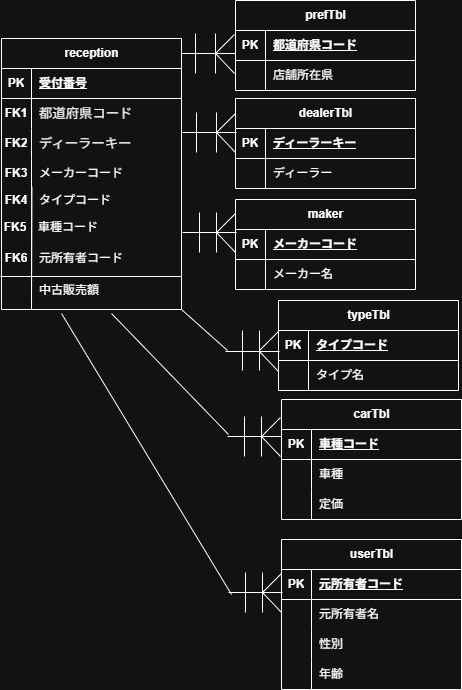
Earlier version of the draw.io export 理解度チェック＿正規化.drawio.png (tanakasaki1114/sql_drill). Source tidied: cells renumbered, new cells last; positions are measured from the earlier drawing's top-left corner, leaving out a move shared by most shapes.
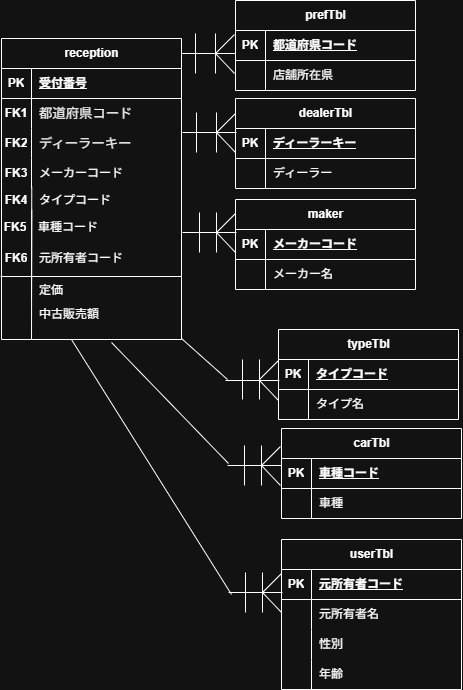
The same diagram one commit later.

Commit message:
修正致しました。

What changed in the source:
```diff
@@ -102,7 +102,7 @@
       </mxGeometry>
     </mxCell>
     <mxCell id="20" style="group;rotation=-90;" parent="1" vertex="1">
-      <mxGeometry x="234" y="409" width="40" height="54" as="geometry" />
+      <mxGeometry x="234" y="438" width="40" height="54" as="geometry" />
     </mxCell>
     <mxCell id="21" style="endArrow=none;html=1;rounded=0;entryX=0.059;entryY=1.069;entryDx=0;entryDy=0;entryPerimeter=0;exitX=0.438;exitY=0;exitDx=0;exitDy=0;exitPerimeter=0;" parent="20" edge="1">
       <mxGeometry relative="1" as="geometry">
@@ -135,7 +135,7 @@
       </mxGeometry>
     </mxCell>
     <mxCell id="26" style="group;rotation=-90;" parent="1" vertex="1">
-      <mxGeometry x="232" y="323" width="40" height="54" as="geometry" />
+      <mxGeometry x="232" y="352" width="40" height="54" as="geometry" />
     </mxCell>
     <mxCell id="27" style="endArrow=none;html=1;rounded=0;entryX=0.059;entryY=1.069;entryDx=0;entryDy=0;entryPerimeter=0;exitX=0.438;exitY=0;exitDx=0;exitDy=0;exitPerimeter=0;" parent="26" edge="1">
       <mxGeometry relative="1" as="geometry">
@@ -202,24 +202,24 @@
     </mxCell>
     <mxCell id="38" style="endArrow=none;html=1;rounded=0;" parent="1" edge="1">
       <mxGeometry relative="1" as="geometry">
-        <mxPoint x="181" y="309" as="sourcePoint" />
-        <mxPoint x="227" y="350" as="targetPoint" />
+        <mxPoint x="181" y="338" as="sourcePoint" />
+        <mxPoint x="227" y="379" as="targetPoint" />
       </mxGeometry>
     </mxCell>
     <mxCell id="39" style="endArrow=none;html=1;rounded=0;" parent="1" edge="1">
       <mxGeometry relative="1" as="geometry">
-        <mxPoint x="111" y="313" as="sourcePoint" />
-        <mxPoint x="228" y="434" as="targetPoint" />
+        <mxPoint x="111" y="342" as="sourcePoint" />
+        <mxPoint x="228" y="463" as="targetPoint" />
       </mxGeometry>
     </mxCell>
     <mxCell id="40" style="endArrow=none;html=1;rounded=0;" parent="1" edge="1">
       <mxGeometry relative="1" as="geometry">
-        <mxPoint x="61" y="313" as="sourcePoint" />
+        <mxPoint x="71" y="339" as="sourcePoint" />
         <mxPoint x="231" y="594" as="targetPoint" />
       </mxGeometry>
     </mxCell>
     <mxCell id="41" value="reception" style="shape=table;startSize=30;rowLines=0;fontStyle=1;align=center;html=1;" parent="1" vertex="1">
-      <mxGeometry x="1" y="38" width="180" height="271" as="geometry" />
+      <mxGeometry x="1" y="38" width="180" height="301" as="geometry" />
     </mxCell>
     <mxCell id="42" style="shape=tableRow;horizontal=0;startSize=0;swimlaneHead=0;swimlaneBody=0;fillColor=none;top=0;left=0;right=0;bottom=1;" parent="41" vertex="1">
       <mxGeometry y="30" width="180" height="30" as="geometry" />
@@ -278,7 +278,7 @@
     <mxCell id="59" value="元所有者コード" style="shape=partialRectangle;fillColor=none;top=0;left=0;bottom=0;right=0;align=left;spacingLeft=6;overflow=hidden;whiteSpace=wrap;html=1;" parent="1" vertex="1">
       <mxGeometry x="31" y="243" width="150" height="30" as="geometry" />
     </mxCell>
-    <mxCell id="60" value="中古販売額" style="shape=partialRectangle;fillColor=none;top=0;left=0;bottom=0;right=0;align=left;spacingLeft=6;overflow=hidden;whiteSpace=wrap;html=1;" parent="1" vertex="1">
+    <mxCell id="60" value="定価" style="shape=partialRectangle;fillColor=none;top=0;left=0;bottom=0;right=0;align=left;spacingLeft=6;overflow=hidden;whiteSpace=wrap;html=1;" parent="1" vertex="1">
       <mxGeometry x="31" y="275" width="150" height="30" as="geometry" />
     </mxCell>
     <mxCell id="61" value="prefTbl" style="shape=table;startSize=30;rowLines=0;fontStyle=1;align=center;html=1;" parent="1" vertex="1">
@@ -346,8 +346,8 @@
     </mxCell>
     <mxCell id="82" style="endArrow=none;html=1;rounded=0;entryX=0.007;entryY=0.335;entryDx=0;entryDy=0;entryPerimeter=0;" parent="1" edge="1">
       <mxGeometry relative="1" as="geometry">
-        <mxPoint x="31" y="309" as="sourcePoint" />
-        <mxPoint x="31.3" y="186" as="targetPoint" />
+        <mxPoint x="31" y="339" as="sourcePoint" />
+        <mxPoint x="31.3" y="209" as="targetPoint" />
       </mxGeometry>
     </mxCell>
     <mxCell id="83" value="&lt;span style=&quot;font-weight: 700;&quot;&gt;FK5&lt;/span&gt;" style="shape=partialRectangle;fillColor=none;top=0;left=0;bottom=0;right=0;overflow=hidden;whiteSpace=wrap;html=1;" parent="1" vertex="1">
@@ -357,7 +357,7 @@
       <mxGeometry x="30" y="212" width="150" height="30" as="geometry" />
     </mxCell>
     <mxCell id="85" value="typeTbl" style="shape=table;startSize=30;rowLines=0;fontStyle=1;align=center;html=1;" parent="1" vertex="1">
-      <mxGeometry x="278" y="300" width="180" height="90" as="geometry" />
+      <mxGeometry x="278" y="329" width="180" height="90" as="geometry" />
     </mxCell>
     <mxCell id="86" style="shape=tableRow;horizontal=0;startSize=0;swimlaneHead=0;swimlaneBody=0;fillColor=none;top=0;left=0;right=0;bottom=1;" parent="85" vertex="1">
       <mxGeometry y="30" width="180" height="30" as="geometry" />
@@ -378,7 +378,7 @@
       <mxGeometry x="30" width="150" height="30" as="geometry" />
     </mxCell>
     <mxCell id="92" value="carTbl" style="shape=table;startSize=30;rowLines=0;fontStyle=1;align=center;html=1;" parent="1" vertex="1">
-      <mxGeometry x="281" y="399" width="180" height="120" as="geometry" />
+      <mxGeometry x="281" y="428" width="180" height="90" as="geometry" />
     </mxCell>
     <mxCell id="93" style="shape=tableRow;horizontal=0;startSize=0;swimlaneHead=0;swimlaneBody=0;fillColor=none;top=0;left=0;right=0;bottom=1;" parent="92" vertex="1">
       <mxGeometry y="30" width="180" height="30" as="geometry" />
@@ -398,15 +398,6 @@
     <mxCell id="98" value="車種" style="shape=partialRectangle;fillColor=none;top=0;left=0;bottom=0;right=0;align=left;spacingLeft=6;overflow=hidden;whiteSpace=wrap;html=1;" parent="96" vertex="1">
       <mxGeometry x="30" width="150" height="30" as="geometry" />
     </mxCell>
-    <mxCell id="99" style="shape=tableRow;horizontal=0;startSize=0;swimlaneHead=0;swimlaneBody=0;fillColor=none;top=0;left=0;right=0;bottom=0;" parent="92" vertex="1">
-      <mxGeometry y="90" width="180" height="30" as="geometry" />
-    </mxCell>
-    <mxCell id="100" style="shape=partialRectangle;fillColor=none;top=0;left=0;bottom=0;right=0;overflow=hidden;whiteSpace=wrap;html=1;" parent="99" vertex="1">
-      <mxGeometry width="30" height="30" as="geometry" />
-    </mxCell>
-    <mxCell id="101" value="定価" style="shape=partialRectangle;fillColor=none;top=0;left=0;bottom=0;right=0;align=left;spacingLeft=6;overflow=hidden;whiteSpace=wrap;html=1;" parent="99" vertex="1">
-      <mxGeometry x="30" width="150" height="30" as="geometry" />
-    </mxCell>
     <mxCell id="102" value="userTbl" style="shape=table;startSize=30;rowLines=0;fontStyle=1;align=center;html=1;" parent="1" vertex="1">
       <mxGeometry x="281" y="539" width="180" height="150" as="geometry" />
     </mxCell>
@@ -449,5 +440,8 @@
     <mxCell id="115" style="line;strokeWidth=1;dashed=0;labelPosition=right;align=left;verticalAlign=middle;spacingTop=0;spacingLeft=6;" parent="1" vertex="1">
       <mxGeometry y="271" width="181" height="10" as="geometry" />
     </mxCell>
+    <mxCell id="116" value="中古販売額" style="shape=partialRectangle;fillColor=none;top=0;left=0;bottom=0;right=0;align=left;spacingLeft=6;overflow=hidden;whiteSpace=wrap;html=1;" parent="1" vertex="1">
+      <mxGeometry x="31" y="299" width="150" height="30" as="geometry" />
+    </mxCell>
   </root>
 </mxGraphModel>
```
